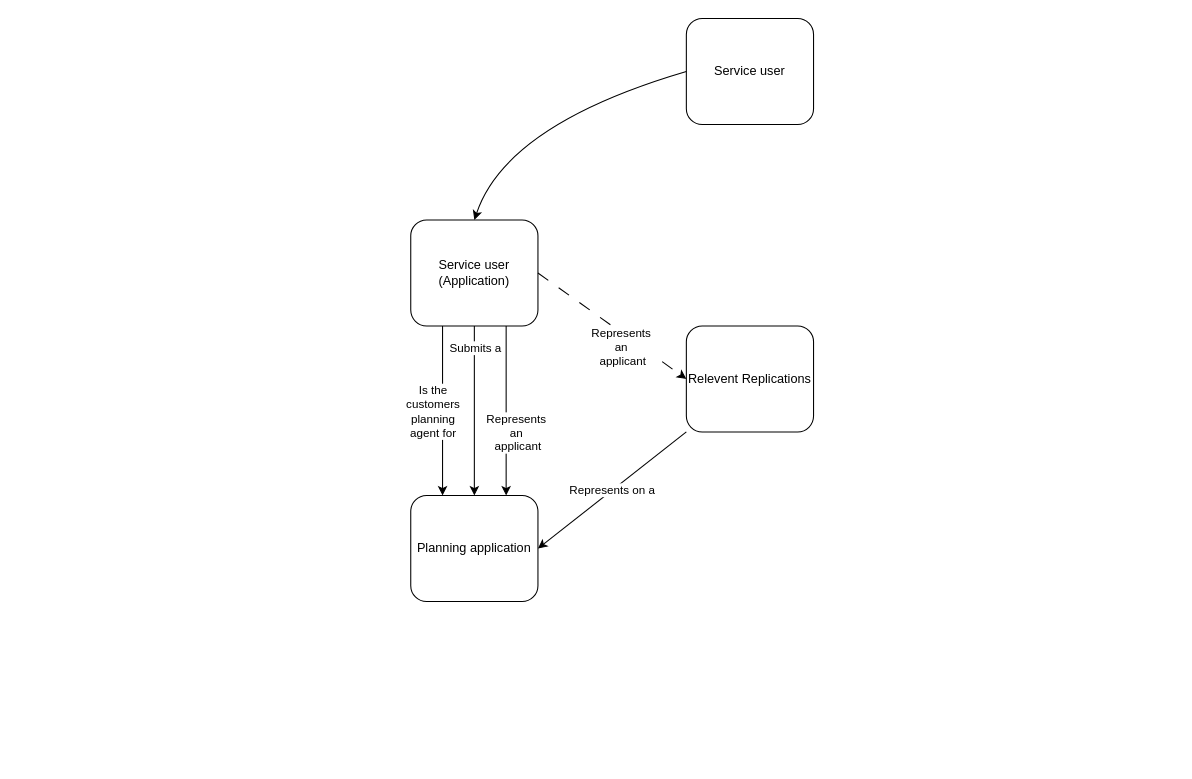
Planning-Inspectorate/ODW-Service keeps this draw.io diagram as page "Conceptual curated model" (2 of 4) of data-models/curated_erd.drawio. Above is the earlier version. Source tidied: cells renumbered, new cells numbered last; positions are measured from the earlier drawing's top-left corner, leaving out a move shared by most shapes. Both pictures are drawn from the tidied source at 106%, with x=0, y=0 at pixel (410, 18).
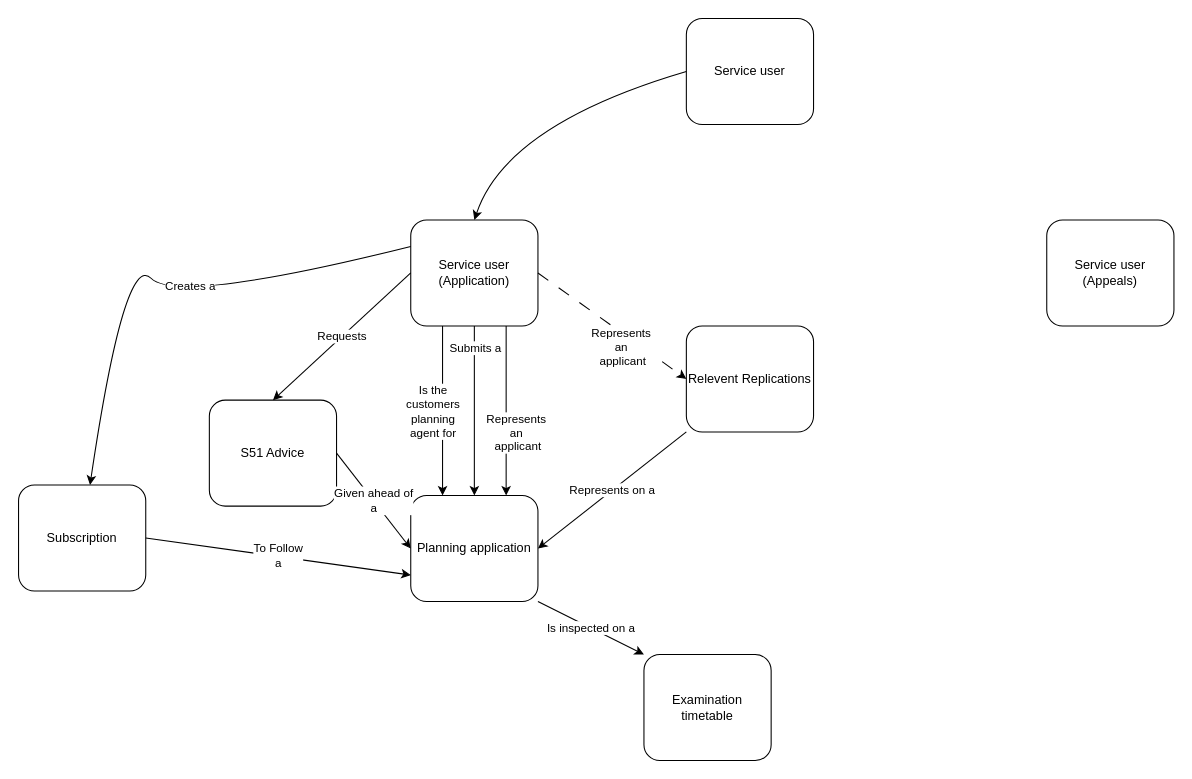
The same page after the edit.

The change refers to these unchanged cells:
```xml
<mxCell id="3" value="Service user&lt;br&gt;(Application)" style="rounded=1;whiteSpace=wrap;html=1;" parent="1" vertex="1">
  <mxGeometry y="190" width="120" height="100" as="geometry" />
</mxCell>
<mxCell id="4" value="Planning application" style="rounded=1;whiteSpace=wrap;html=1;" parent="1" vertex="1">
  <mxGeometry y="450" width="120" height="100" as="geometry" />
</mxCell>
```

The edit, as a diff of the source:
```diff
@@
+    <mxCell id="16" value="Service user&lt;br&gt;(Appeals)" style="rounded=1;whiteSpace=wrap;html=1;" parent="1" vertex="1">
+      <mxGeometry x="600" y="190" width="120" height="100" as="geometry" />
+    </mxCell>
+    <mxCell id="17" value="Examination timetable" style="rounded=1;whiteSpace=wrap;html=1;" parent="1" vertex="1">
+      <mxGeometry x="220" y="600" width="120" height="100" as="geometry" />
+    </mxCell>
+    <mxCell id="18" value="Is inspected on a" style="endArrow=classic;html=1;entryX=0;entryY=0;entryDx=0;entryDy=0;exitX=1;exitY=1;exitDx=0;exitDy=0;" parent="1" edge="1" source="4" target="17">
+      <mxGeometry relative="1" as="geometry" />
+    </mxCell>
+    <mxCell id="19" value="S51 Advice" style="rounded=1;whiteSpace=wrap;html=1;" parent="1" vertex="1">
+      <mxGeometry x="-190" y="360" width="120" height="100" as="geometry" />
+    </mxCell>
+    <mxCell id="20" value="Given ahead of&lt;br&gt;a" style="endArrow=classic;html=1;entryX=0;entryY=0.5;entryDx=0;entryDy=0;exitX=1;exitY=0.5;exitDx=0;exitDy=0;" parent="1" edge="1" source="19" target="4">
+      <mxGeometry relative="1" as="geometry" />
+    </mxCell>
+    <mxCell id="21" value="Requests" style="endArrow=classic;html=1;entryX=0.5;entryY=0;entryDx=0;entryDy=0;exitX=0;exitY=0.5;exitDx=0;exitDy=0;" parent="1" edge="1" source="3" target="19">
+      <mxGeometry relative="1" as="geometry" />
+    </mxCell>
+    <mxCell id="22" value="Subscription" style="rounded=1;whiteSpace=wrap;html=1;" parent="1" vertex="1">
+      <mxGeometry x="-370" y="440" width="120" height="100" as="geometry" />
+    </mxCell>
+    <mxCell id="23" value="To Follow&lt;br&gt;a" style="endArrow=classic;html=1;exitX=1;exitY=0.5;exitDx=0;exitDy=0;entryX=0;entryY=0.75;entryDx=0;entryDy=0;" parent="1" edge="1" source="22" target="4">
+      <mxGeometry relative="1" as="geometry" />
+    </mxCell>
+    <mxCell id="24" style="curved=1;endArrow=classic;html=1;exitX=0;exitY=0.25;exitDx=0;exitDy=0;" parent="1" edge="1" source="3" target="22">
+      <mxGeometry relative="1" as="geometry">
+        <Array as="points">
+          <mxPoint x="-220" y="270" />
+          <mxPoint x="-270" y="220" />
+        </Array>
+      </mxGeometry>
+    </mxCell>
+    <mxCell id="25" value="Creates a" style="edgeLabel;html=1;align=center;verticalAlign=middle;" parent="24" vertex="1">
+      <mxGeometry x="-0.19" y="-15" relative="1" as="geometry">
+        <mxPoint y="1" as="offset" />
+      </mxGeometry>
+    </mxCell>
```
